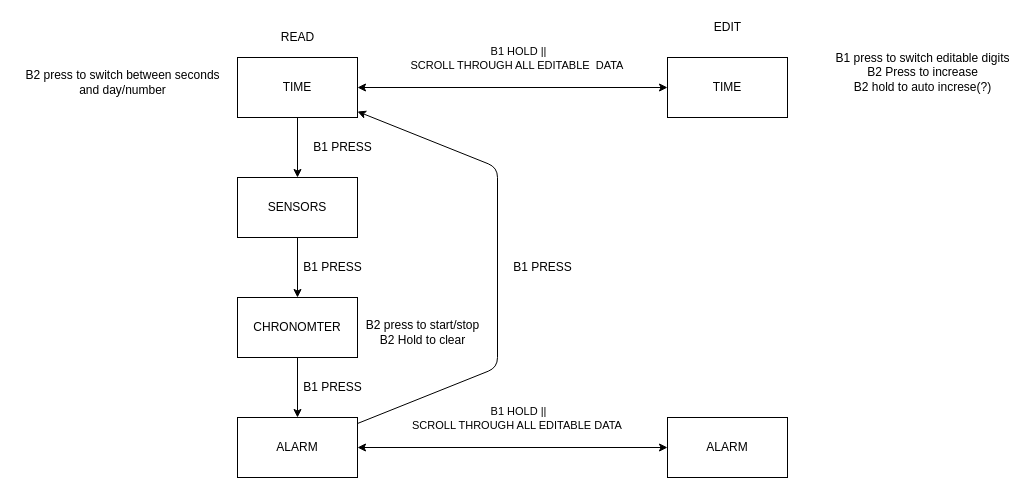
Above: page "StateMachine" (2 of 4) of Diagrams/prototype.drawio in Goosoe/DiyWatch (draw.io), before the change. Source tidied: cells renumbered, new cells numbered last; positions are measured from the earlier drawing's top-left corner, leaving out a move shared by most shapes. Both pictures are drawn from the tidied source at 100%, with x=0, y=0 at pixel (17, 17).
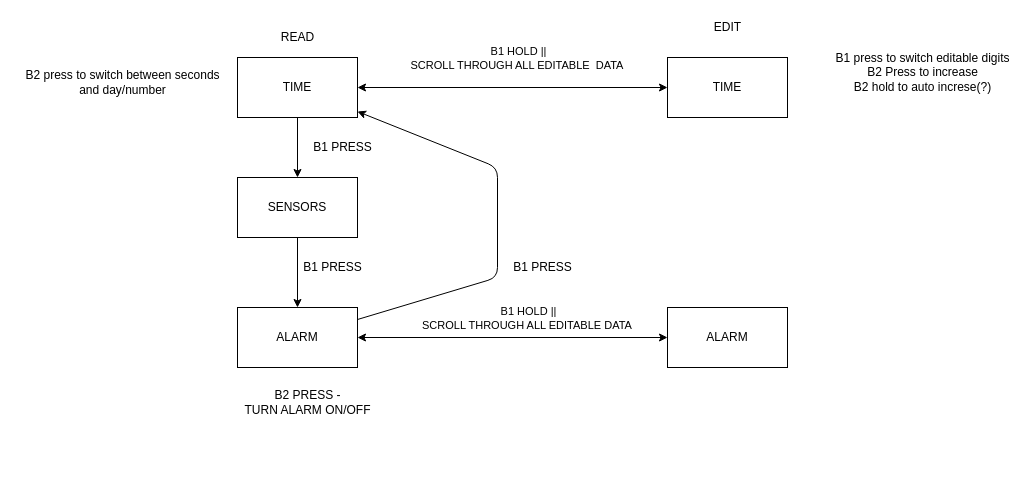
Above is the later version.

Commit message (it also covers changes not shown here):
[WIP] Alarm implementation

Unchanged cells that the change refers to:
```xml
<mxCell id="6" value="TIME" style="whiteSpace=wrap;html=1;" parent="1" vertex="1">
  <mxGeometry x="220" y="40" width="120" height="60" as="geometry" />
</mxCell>
<mxCell id="14" value="SENSORS" style="whiteSpace=wrap;html=1;" parent="1" vertex="1">
  <mxGeometry x="220" y="160" width="120" height="60" as="geometry" />
</mxCell>
```

Change to the diagram source:
```diff
@@
-    <mxCell id="8" style="edgeStyle=none;html=1;entryX=0.5;entryY=0;entryDx=0;entryDy=0;startArrow=none;startFill=0;endArrow=classic;endFill=1;" parent="1" edge="1" source="9" target="12">
+    <mxCell id="8" style="edgeStyle=none;html=1;entryX=0.5;entryY=0;entryDx=0;entryDy=0;startArrow=none;startFill=0;endArrow=classic;endFill=1;" parent="1" edge="1" source="14" target="12">
       <mxGeometry relative="1" as="geometry" />
     </mxCell>
-    <mxCell id="9" value="CHRONOMTER" style="whiteSpace=wrap;html=1;" parent="1" vertex="1">
-      <mxGeometry x="220" y="280" width="120" height="60" as="geometry" />
-    </mxCell>
@@
     <mxCell id="11" style="edgeStyle=none;html=1;startArrow=none;startFill=0;endArrow=classic;endFill=1;" parent="1" edge="1" source="12" target="6">
       <mxGeometry relative="1" as="geometry">
         <Array as="points">
-          <mxPoint x="480" y="350" />
+          <mxPoint x="480" y="260" />
           <mxPoint x="480" y="150" />
         </Array>
       </mxGeometry>
     </mxCell>
     <mxCell id="12" value="ALARM" style="whiteSpace=wrap;html=1;" parent="1" vertex="1">
-      <mxGeometry x="220" y="400" width="120" height="60" as="geometry" />
+      <mxGeometry x="220" y="290" width="120" height="60" as="geometry" />
     </mxCell>
-    <mxCell id="13" style="edgeStyle=none;html=1;entryX=0.5;entryY=0;entryDx=0;entryDy=0;startArrow=none;startFill=0;endArrow=classic;endFill=1;" parent="1" edge="1" source="14" target="9">
-      <mxGeometry relative="1" as="geometry" />
-    </mxCell>
@@
     <mxCell id="16" value="ALARM" style="whiteSpace=wrap;html=1;" parent="1" vertex="1">
-      <mxGeometry x="650" y="400" width="120" height="60" as="geometry" />
+      <mxGeometry x="650" y="290" width="120" height="60" as="geometry" />
     </mxCell>
     <mxCell id="17" value="B1 HOLD ||&lt;br&gt;SCROLL THROUGH ALL EDITABLE DATA&amp;nbsp;" style="edgeLabel;html=1;align=center;verticalAlign=middle;" parent="1" vertex="1">
-      <mxGeometry x="500" y="400" as="geometry" />
+      <mxGeometry x="510" y="300" as="geometry" />
     </mxCell>
-    <mxCell id="18" value="B2 press to start/stop&lt;br&gt;B2 Hold to clear" style="text;html=1;align=center;verticalAlign=middle;strokeColor=none;fillColor=none;" parent="1" vertex="1">
-      <mxGeometry x="340" y="300" width="130" height="30" as="geometry" />
-    </mxCell>
@@
-    <mxCell id="21" value="B1 PRESS" style="text;html=1;align=center;verticalAlign=middle;strokeColor=none;fillColor=none;" parent="1" vertex="1">
-      <mxGeometry x="280" y="360" width="70" height="20" as="geometry" />
-    </mxCell>
@@
+    <mxCell id="25" value="B2 PRESS - &lt;br&gt;TURN ALARM ON/OFF" style="text;html=1;align=center;verticalAlign=middle;strokeColor=none;fillColor=none;" parent="1" vertex="1">
+      <mxGeometry x="220" y="370" width="140" height="30" as="geometry" />
+    </mxCell>
```
